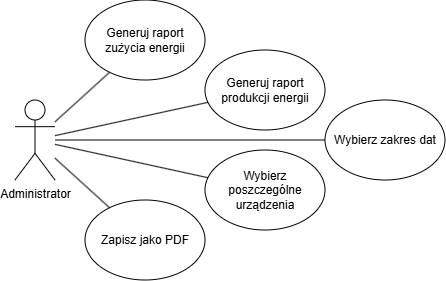
Above: doc/analizaRaportowanieDanych/img/diagram-przypadkow-uzycia-2_administrator.png in DDanulo/SZEBI (draw.io), before the change. Source tidied: cells renumbered, new cells last; positions are measured from the earlier drawing's top-left corner, leaving out a move shared by most shapes.
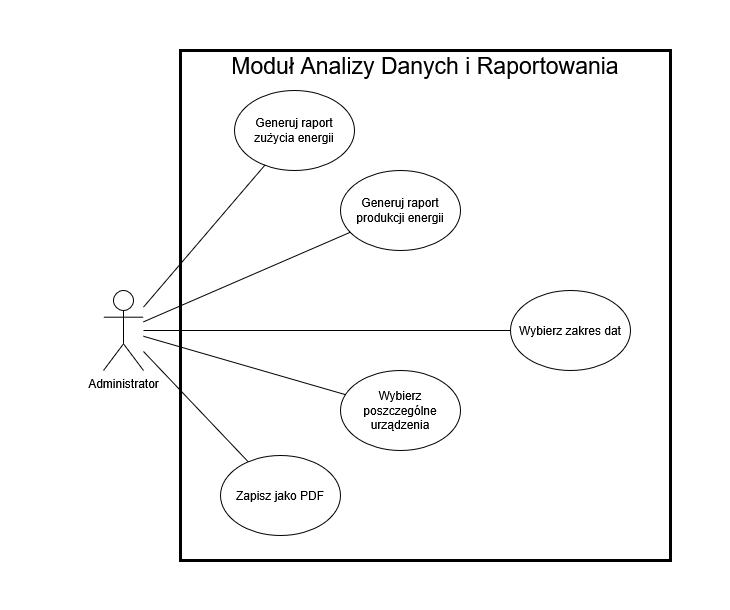
After the change.

What changed in the source:
```diff
@@ -2,23 +2,26 @@
   <root>
     <mxCell id="0" />
     <mxCell id="1" parent="0" />
+    <mxCell id="13" style="rounded=0;whiteSpace=wrap;html=1;fillColor=none;strokeColor=none;" parent="1" vertex="1">
+      <mxGeometry x="-100" y="-210" width="730" height="610" as="geometry" />
+    </mxCell>
     <mxCell id="2" value="Administrator" style="shape=umlActor;verticalLabelPosition=bottom;verticalAlign=top;html=1;outlineConnect=0;" parent="1" vertex="1">
-      <mxGeometry y="100" width="40" height="80" as="geometry" />
+      <mxGeometry x="3" y="80" width="40" height="80" as="geometry" />
     </mxCell>
     <mxCell id="3" value="Generuj raport produkcji energii" style="ellipse;whiteSpace=wrap;html=1;" parent="1" vertex="1">
-      <mxGeometry x="190" y="50" width="120" height="80" as="geometry" />
+      <mxGeometry x="240" y="-40" width="120" height="80" as="geometry" />
     </mxCell>
     <mxCell id="4" value="Generuj raport zużycia energii" style="ellipse;whiteSpace=wrap;html=1;" parent="1" vertex="1">
-      <mxGeometry x="70" width="120" height="80" as="geometry" />
+      <mxGeometry x="134" y="-120" width="120" height="80" as="geometry" />
     </mxCell>
     <mxCell id="5" value="Zapisz jako PDF" style="ellipse;whiteSpace=wrap;html=1;" parent="1" vertex="1">
-      <mxGeometry x="70" y="200" width="120" height="80" as="geometry" />
+      <mxGeometry x="120" y="245" width="120" height="80" as="geometry" />
     </mxCell>
     <mxCell id="6" value="Wybierz poszczególne urządzenia" style="ellipse;whiteSpace=wrap;html=1;" parent="1" vertex="1">
-      <mxGeometry x="190" y="150" width="120" height="80" as="geometry" />
+      <mxGeometry x="240" y="160" width="120" height="80" as="geometry" />
     </mxCell>
     <mxCell id="7" value="Wybierz zakres dat" style="ellipse;whiteSpace=wrap;html=1;" parent="1" vertex="1">
-      <mxGeometry x="310" y="100" width="120" height="80" as="geometry" />
+      <mxGeometry x="410" y="80" width="120" height="80" as="geometry" />
     </mxCell>
     <mxCell id="8" style="endArrow=none;html=1;rounded=0;" parent="1" edge="1" source="2" target="4">
       <mxGeometry relative="1" as="geometry" />
@@ -35,5 +38,11 @@
     <mxCell id="12" style="endArrow=none;html=1;rounded=0;" parent="1" edge="1" source="5" target="2">
       <mxGeometry relative="1" as="geometry" />
     </mxCell>
+    <mxCell id="14" style="rounded=0;whiteSpace=wrap;html=1;fillColor=none;strokeWidth=3;" parent="1" vertex="1">
+      <mxGeometry x="80" y="-160" width="490" height="510" as="geometry" />
+    </mxCell>
+    <mxCell id="15" value="Moduł Analizy Danych i Raportowania" style="text;html=1;whiteSpace=wrap;strokeColor=none;fillColor=none;align=center;verticalAlign=middle;rounded=0;strokeWidth=8;fontSize=23;" parent="1" vertex="1">
+      <mxGeometry x="110" y="-160" width="430" height="30" as="geometry" />
+    </mxCell>
   </root>
 </mxGraphModel>
```
